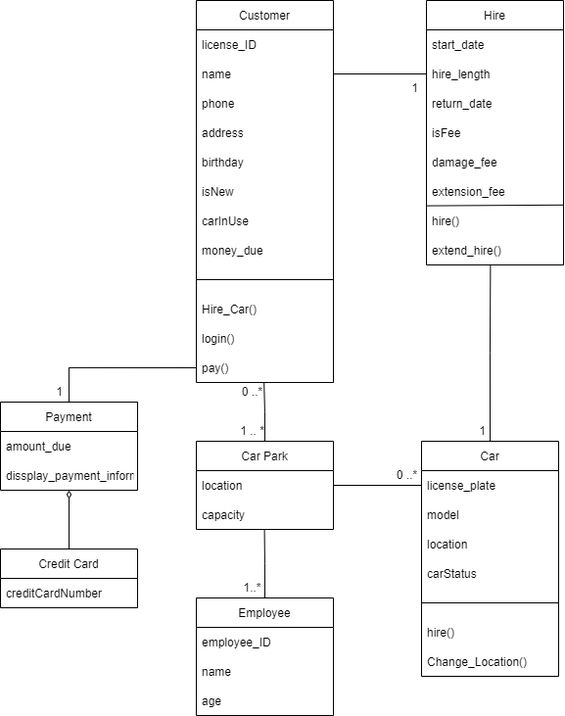
Above: Project_Report_Materials/Diagrams as PNGs/diagram_DetailedClass.drawio.png in agjang/CraZyCarZz (draw.io), before the change. Source tidied: cells renumbered, new cells last; positions are measured from the earlier drawing's top-left corner, leaving out a move shared by most shapes.
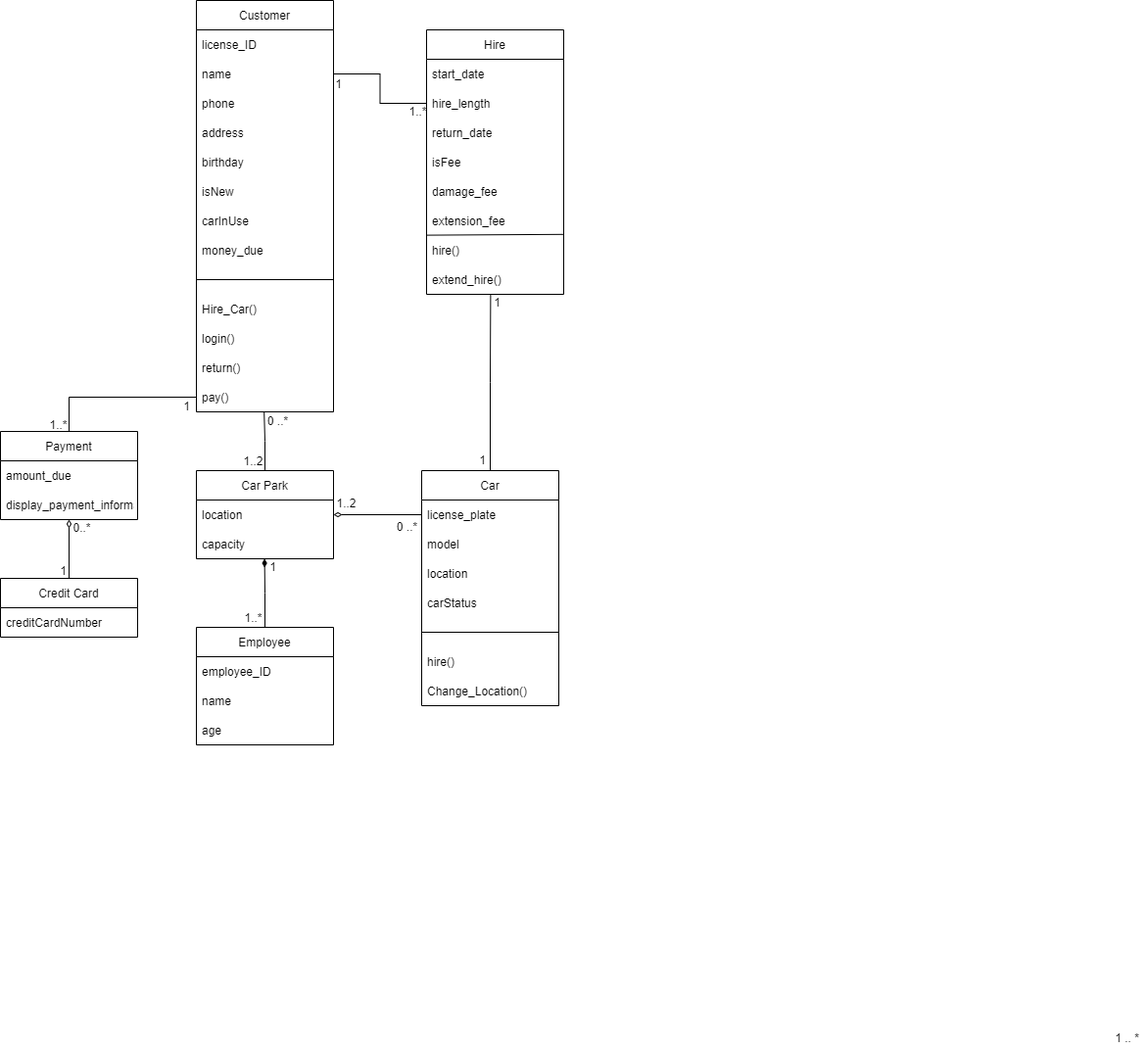
After the change.

The edit, as a diff of the source:
```diff
@@ -3,7 +3,7 @@
     <mxCell id="0" />
     <mxCell id="1" parent="0" />
     <mxCell id="2" value="Customer" style="swimlane;fontStyle=0;horizontal=1;startSize=30;" parent="1" vertex="1">
-      <mxGeometry x="200" width="140" height="390" as="geometry" />
+      <mxGeometry x="200" y="-30" width="140" height="420" as="geometry" />
     </mxCell>
     <mxCell id="3" value="license_ID" style="text;strokeColor=none;fillColor=none;align=left;verticalAlign=middle;spacingLeft=4;spacingRight=4;overflow=hidden;" parent="2" vertex="1">
       <mxGeometry y="30" width="140" height="30" as="geometry" />
@@ -41,8 +41,11 @@
     <mxCell id="14" value="login()" style="text;strokeColor=none;fillColor=none;align=left;verticalAlign=middle;spacingLeft=4;spacingRight=4;overflow=hidden;" parent="2" vertex="1">
       <mxGeometry y="330" width="140" height="30" as="geometry" />
     </mxCell>
+    <mxCell id="61" value="return()" style="text;strokeColor=none;fillColor=none;align=left;verticalAlign=middle;spacingLeft=4;spacingRight=4;overflow=hidden;" parent="2" vertex="1">
+      <mxGeometry y="360" width="140" height="30" as="geometry" />
+    </mxCell>
     <mxCell id="15" value="pay()" style="text;strokeColor=none;fillColor=none;align=left;verticalAlign=middle;spacingLeft=4;spacingRight=4;overflow=hidden;points=[[0,0.5],[1,0.5]];portConstraint=eastwest;" parent="2" vertex="1">
-      <mxGeometry y="360" width="140" height="30" as="geometry" />
+      <mxGeometry y="390" width="140" height="30" as="geometry" />
     </mxCell>
     <mxCell id="16" value="Hire" style="swimlane;fontStyle=0;horizontal=1;startSize=30;" parent="1" vertex="1">
       <mxGeometry x="435" width="140" height="270" as="geometry" />
@@ -113,7 +116,7 @@
     <mxCell id="38" value="amount_due" style="text;strokeColor=none;fillColor=none;align=left;verticalAlign=middle;spacingLeft=4;spacingRight=4;overflow=hidden;" parent="37" vertex="1">
       <mxGeometry y="30" width="140" height="30" as="geometry" />
     </mxCell>
-    <mxCell id="39" value="dissplay_payment_information()" style="text;strokeColor=none;fillColor=none;align=left;verticalAlign=middle;spacingLeft=4;spacingRight=4;overflow=hidden;" parent="37" vertex="1">
+    <mxCell id="39" value="display_payment_information()" style="text;strokeColor=none;fillColor=none;align=left;verticalAlign=middle;spacingLeft=4;spacingRight=4;overflow=hidden;" parent="37" vertex="1">
       <mxGeometry y="60" width="140" height="30" as="geometry" />
     </mxCell>
     <mxCell id="40" style="edgeStyle=orthogonalEdgeStyle;rounded=0;jettySize=auto;html=1;exitX=0.5;exitY=0;exitDx=0;exitDy=0;entryX=0.494;entryY=0.992;entryDx=0;entryDy=0;entryPerimeter=0;endArrow=none;endFill=0;" parent="1" edge="1" source="41" target="15">
@@ -128,7 +131,7 @@
     <mxCell id="43" value="capacity" style="text;strokeColor=none;fillColor=none;align=left;verticalAlign=middle;spacingLeft=4;spacingRight=4;overflow=hidden;points=[[0,0.5],[1,0.5]];portConstraint=eastwest;" parent="41" vertex="1">
       <mxGeometry y="60" width="140" height="30" as="geometry" />
     </mxCell>
-    <mxCell id="44" style="edgeStyle=orthogonalEdgeStyle;rounded=0;jettySize=auto;html=1;exitX=0.5;exitY=0;exitDx=0;exitDy=0;entryX=0.497;entryY=1;entryDx=0;entryDy=0;entryPerimeter=0;endArrow=none;endFill=0;" parent="1" edge="1" source="45" target="43">
+    <mxCell id="44" style="edgeStyle=orthogonalEdgeStyle;rounded=0;jettySize=auto;html=1;exitX=0.5;exitY=0;exitDx=0;exitDy=0;entryX=0.497;entryY=1;entryDx=0;entryDy=0;entryPerimeter=0;endArrow=diamondThin;endFill=1;" parent="1" edge="1" source="45" target="43">
       <mxGeometry relative="1" as="geometry" />
     </mxCell>
     <mxCell id="45" value="Employee" style="swimlane;fontStyle=0;horizontal=1;startSize=30;" parent="1" vertex="1">
@@ -144,23 +147,20 @@
       <mxGeometry y="90" width="140" height="30" as="geometry" />
     </mxCell>
     <mxCell id="49" value="0 ..*" style="text;html=1;align=center;verticalAlign=middle;strokeColor=none;fillColor=none;" parent="1" vertex="1">
-      <mxGeometry x="237" y="390" width="40" height="20" as="geometry" />
+      <mxGeometry x="263" y="390" width="40" height="20" as="geometry" />
     </mxCell>
-    <mxCell id="50" value="1" style="text;html=1;align=center;verticalAlign=middle;strokeColor=none;fillColor=none;" parent="1" vertex="1">
-      <mxGeometry x="413" y="80" width="20" height="20" as="geometry" />
+    <mxCell id="50" value="1..*" style="text;html=1;align=center;verticalAlign=middle;strokeColor=none;fillColor=none;" parent="1" vertex="1">
+      <mxGeometry x="411" y="74" width="30" height="20" as="geometry" />
     </mxCell>
     <mxCell id="51" style="edgeStyle=orthogonalEdgeStyle;rounded=0;jettySize=auto;html=1;exitX=1;exitY=0.5;exitDx=0;exitDy=0;entryX=0;entryY=0.5;entryDx=0;entryDy=0;endArrow=none;endFill=0;" parent="1" edge="1" source="4" target="18">
       <mxGeometry relative="1" as="geometry" />
     </mxCell>
-    <mxCell id="52" value="1" style="text;html=1;align=center;verticalAlign=middle;strokeColor=none;fillColor=none;" parent="1" vertex="1">
-      <mxGeometry x="50" y="390" width="20" height="20" as="geometry" />
+    <mxCell id="52" value="1..*" style="text;html=1;align=center;verticalAlign=middle;strokeColor=none;fillColor=none;" parent="1" vertex="1">
+      <mxGeometry x="44" y="394" width="30" height="20" as="geometry" />
     </mxCell>
     <mxCell id="53" value="0 ..*" style="text;html=1;align=center;verticalAlign=middle;strokeColor=none;fillColor=none;" parent="1" vertex="1">
-      <mxGeometry x="395" y="475" width="40" height="20" as="geometry" />
+      <mxGeometry x="395" y="498" width="40" height="20" as="geometry" />
     </mxCell>
-    <mxCell id="54" style="edgeStyle=orthogonalEdgeStyle;rounded=0;jettySize=auto;html=1;exitX=1;exitY=0.5;exitDx=0;exitDy=0;entryX=0;entryY=0.5;entryDx=0;entryDy=0;endArrow=none;endFill=0;" parent="1" edge="1" source="42" target="28">
-      <mxGeometry relative="1" as="geometry" />
-    </mxCell>
     <mxCell id="55" value="1" style="text;html=1;align=center;verticalAlign=middle;strokeColor=none;fillColor=none;" parent="1" vertex="1">
       <mxGeometry x="482" y="430" width="20" height="20" as="geometry" />
     </mxCell>
@@ -176,10 +176,37 @@
       <mxGeometry y="30" width="140" height="30" as="geometry" />
     </mxCell>
     <mxCell id="59" value="1 .. *" style="text;html=1;align=center;verticalAlign=middle;strokeColor=none;fillColor=none;" parent="1" vertex="1">
-      <mxGeometry x="237" y="430" width="40" height="20" as="geometry" />
+      <mxGeometry x="1130" y="1020" width="40" height="20" as="geometry" />
     </mxCell>
     <mxCell id="60" value="1..*" style="text;html=1;align=center;verticalAlign=middle;strokeColor=none;fillColor=none;" parent="1" vertex="1">
-      <mxGeometry x="242" y="590" width="30" height="20" as="geometry" />
+      <mxGeometry x="243" y="591" width="30" height="20" as="geometry" />
     </mxCell>
+    <mxCell id="62" style="edgeStyle=orthogonalEdgeStyle;rounded=0;jettySize=auto;html=1;exitX=0;exitY=0.5;exitDx=0;exitDy=0;entryX=1;entryY=0.5;entryDx=0;entryDy=0;endArrow=diamondThin;endFill=0;" parent="1" edge="1" source="28" target="42">
+      <mxGeometry relative="1" as="geometry" />
+    </mxCell>
+    <mxCell id="63" value="1" style="text;html=1;align=center;verticalAlign=middle;strokeColor=none;fillColor=none;" parent="1" vertex="1">
+      <mxGeometry x="54" y="543" width="20" height="20" as="geometry" />
+    </mxCell>
+    <mxCell id="64" value="1" style="text;html=1;align=center;verticalAlign=middle;strokeColor=none;fillColor=none;" parent="1" vertex="1">
+      <mxGeometry x="335" y="46" width="20" height="20" as="geometry" />
+    </mxCell>
+    <mxCell id="65" value="1..2" style="text;html=1;align=center;verticalAlign=middle;strokeColor=none;fillColor=none;" parent="1" vertex="1">
+      <mxGeometry x="238" y="431" width="40" height="20" as="geometry" />
+    </mxCell>
+    <mxCell id="66" value="1" style="text;html=1;align=center;verticalAlign=middle;strokeColor=none;fillColor=none;" parent="1" vertex="1">
+      <mxGeometry x="180" y="375" width="20" height="20" as="geometry" />
+    </mxCell>
+    <mxCell id="67" value="0..*" style="text;html=1;align=center;verticalAlign=middle;strokeColor=none;fillColor=none;" parent="1" vertex="1">
+      <mxGeometry x="68" y="499" width="30" height="20" as="geometry" />
+    </mxCell>
+    <mxCell id="68" value="1" style="text;html=1;align=center;verticalAlign=middle;strokeColor=none;fillColor=none;" parent="1" vertex="1">
+      <mxGeometry x="268" y="539" width="20" height="20" as="geometry" />
+    </mxCell>
+    <mxCell id="69" value="1..2" style="text;html=1;align=center;verticalAlign=middle;strokeColor=none;fillColor=none;" parent="1" vertex="1">
+      <mxGeometry x="333" y="474" width="40" height="20" as="geometry" />
+    </mxCell>
+    <mxCell id="70" value="1" style="text;html=1;align=center;verticalAlign=middle;strokeColor=none;fillColor=none;" parent="1" vertex="1">
+      <mxGeometry x="497" y="269" width="20" height="20" as="geometry" />
+    </mxCell>
   </root>
 </mxGraphModel>
```
